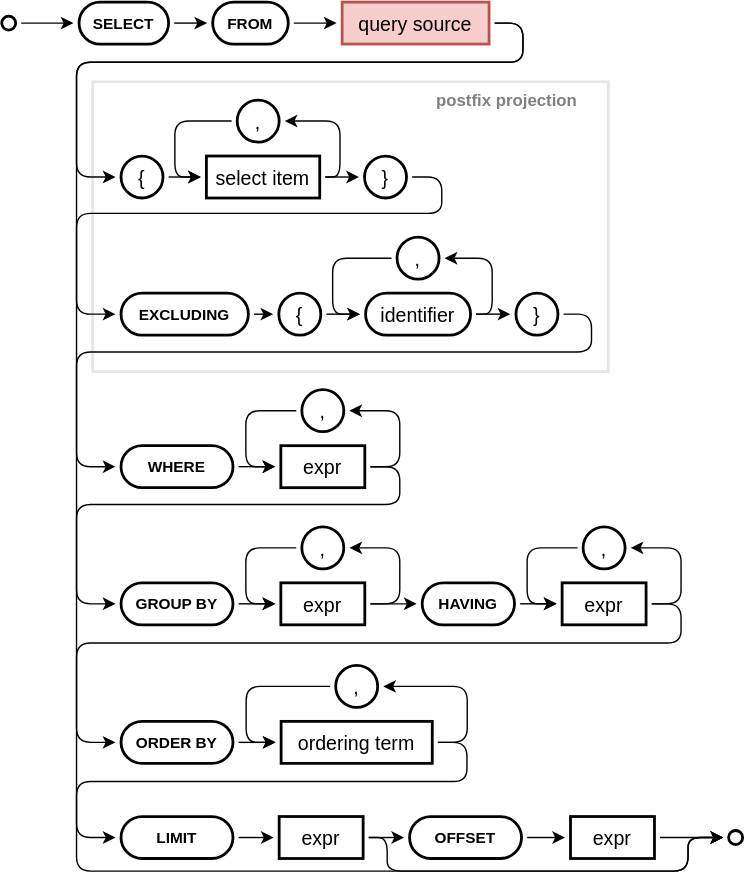
Before: cds/assets/cql/select.drawio.svg, a diagram exported from draw.io (capire/docs). Source tidied: cells renumbered, new cells last; positions are measured from the earlier drawing's top-left corner, leaving out a move shared by most shapes.
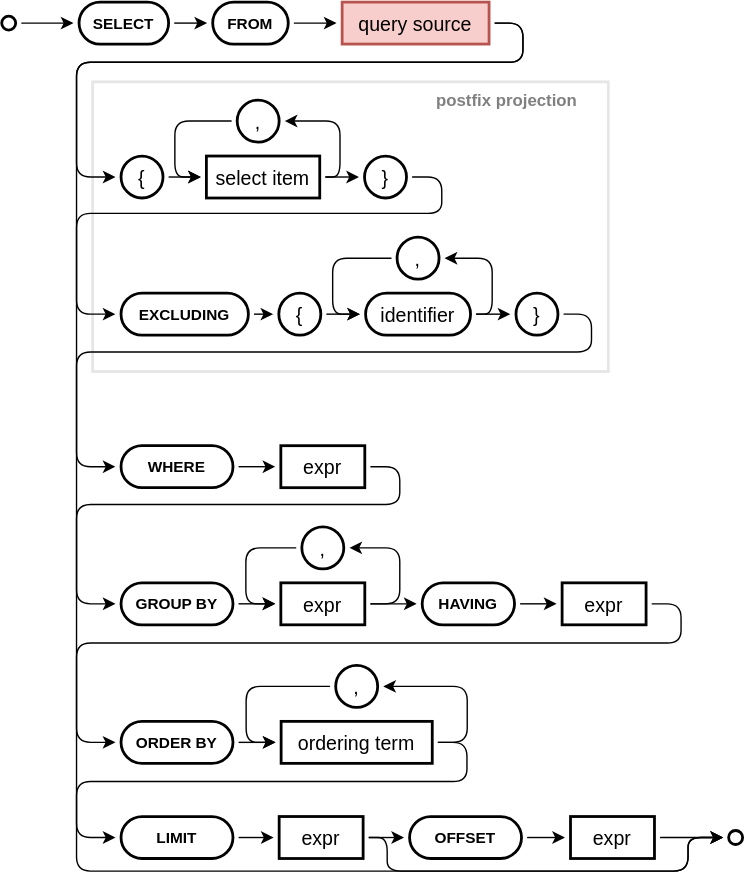
The same file after the commit.

Commit message:
some additions for the review

What changed in the source:
```diff
@@ -125,23 +125,6 @@
     <mxCell id="32" value="expr" style="rounded=1;strokeWidth=2;arcSize=0;fontSize=14;perimeterSpacing=4;" parent="31" vertex="1">
       <mxGeometry x="25" y="40" width="60" height="30" as="geometry" />
     </mxCell>
-    <mxCell id="33" value="," style="rounded=1;strokeWidth=2;arcSize=50;fontSize=14;perimeterSpacing=4;" parent="31" vertex="1">
-      <mxGeometry x="40" width="30" height="30" as="geometry" />
-    </mxCell>
-    <mxCell id="34" style="edgeStyle=elbowEdgeStyle;rounded=1;jettySize=auto;curved=0;arcSize=20;entryX=1;entryY=0.5;entryDx=0;entryDy=0;exitX=1;exitY=0.5;exitDx=0;exitDy=0;" parent="31" edge="1" source="32" target="33">
-      <mxGeometry relative="1" as="geometry">
-        <Array as="points">
-          <mxPoint x="110" y="40" />
-        </Array>
-      </mxGeometry>
-    </mxCell>
-    <mxCell id="35" style="edgeStyle=elbowEdgeStyle;rounded=1;jettySize=auto;curved=0;arcSize=20;exitX=0;exitY=0.5;exitDx=0;exitDy=0;entryX=0;entryY=0.5;entryDx=0;entryDy=0;" parent="31" edge="1" source="33" target="32">
-      <mxGeometry relative="1" as="geometry">
-        <Array as="points">
-          <mxPoint y="30" />
-        </Array>
-      </mxGeometry>
-    </mxCell>
     <mxCell id="36" style="endArrow=classic;rounded=1;strokeColor=default;align=center;verticalAlign=middle;fontFamily=Helvetica;fontSize=14;fontColor=default;labelBackgroundColor=default;jumpStyle=gap;jumpSize=6;exitX=1;exitY=0.5;exitDx=0;exitDy=0;entryX=0;entryY=0.5;entryDx=0;entryDy=0;" parent="1" edge="1" source="30" target="32">
       <mxGeometry relative="1" as="geometry" />
     </mxCell>
@@ -193,23 +176,6 @@
     <mxCell id="47" value="expr" style="rounded=1;strokeWidth=2;arcSize=0;fontSize=14;perimeterSpacing=4;" parent="46" vertex="1">
       <mxGeometry x="25" y="40" width="60" height="30" as="geometry" />
     </mxCell>
-    <mxCell id="48" value="," style="rounded=1;strokeWidth=2;arcSize=50;fontSize=14;perimeterSpacing=4;" parent="46" vertex="1">
-      <mxGeometry x="40" width="30" height="30" as="geometry" />
-    </mxCell>
-    <mxCell id="49" style="edgeStyle=elbowEdgeStyle;rounded=1;jettySize=auto;curved=0;arcSize=20;entryX=1;entryY=0.5;entryDx=0;entryDy=0;exitX=1;exitY=0.5;exitDx=0;exitDy=0;" parent="46" edge="1" source="47" target="48">
-      <mxGeometry relative="1" as="geometry">
-        <Array as="points">
-          <mxPoint x="110" y="40" />
-        </Array>
-      </mxGeometry>
-    </mxCell>
-    <mxCell id="50" style="edgeStyle=elbowEdgeStyle;rounded=1;jettySize=auto;curved=0;arcSize=20;exitX=0;exitY=0.5;exitDx=0;exitDy=0;entryX=0;entryY=0.5;entryDx=0;entryDy=0;" parent="46" edge="1" source="48" target="47">
-      <mxGeometry relative="1" as="geometry">
-        <Array as="points">
-          <mxPoint y="30" />
-        </Array>
-      </mxGeometry>
-    </mxCell>
     <mxCell id="51" style="endArrow=classic;rounded=1;strokeColor=default;align=center;verticalAlign=middle;fontFamily=Helvetica;fontSize=14;fontColor=default;labelBackgroundColor=default;jumpStyle=gap;jumpSize=6;entryX=0;entryY=0.5;entryDx=0;entryDy=0;exitX=1;exitY=0.5;exitDx=0;exitDy=0;" parent="1" edge="1" source="45" target="47">
       <mxGeometry relative="1" as="geometry" />
     </mxCell>
```
